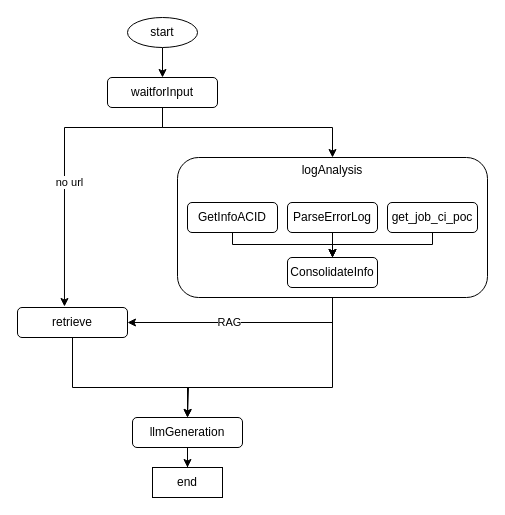
fengchutadie/diagram keeps this draw.io diagram as page "Page-1" (1 of 2) of Untitled Diagram.drawio. Above is the earlier version. Source tidied: cells renumbered, new cells numbered last; positions are measured from the earlier drawing's top-left corner, leaving out a move shared by most shapes. Both pictures are drawn from the tidied source at 100%, with x=0, y=0 at pixel (17, 17).
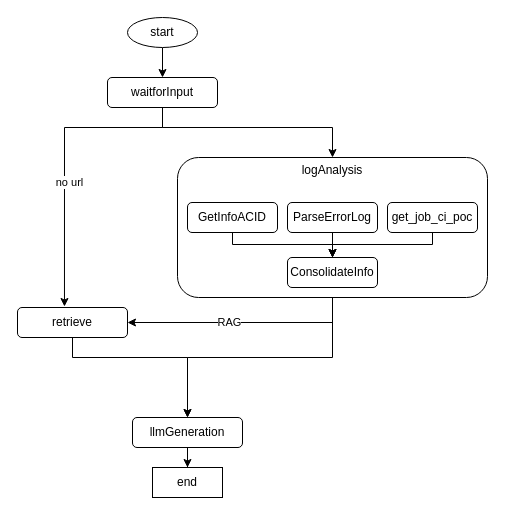
Above is the later version.

The change refers to these unchanged cells:
```xml
<mxCell id="8" value="llmGeneration" style="rounded=1;whiteSpace=wrap;html=1;" parent="1" vertex="1">
  <mxGeometry x="115" y="400" width="110" height="30" as="geometry" />
</mxCell>
<mxCell id="10" value="retrieve" style="rounded=1;whiteSpace=wrap;html=1;" parent="1" vertex="1">
  <mxGeometry y="290" width="110" height="30" as="geometry" />
</mxCell>
<mxCell id="12" value="logAnalysis&lt;div&gt;&lt;br&gt;&lt;/div&gt;&lt;div&gt;&lt;br&gt;&lt;/div&gt;&lt;div&gt;&lt;br&gt;&lt;/div&gt;&lt;div&gt;&lt;br&gt;&lt;/div&gt;&lt;div&gt;&lt;br&gt;&lt;/div&gt;&lt;div&gt;&lt;br&gt;&lt;/div&gt;&lt;div&gt;&lt;br&gt;&lt;/div&gt;&lt;div&gt;&lt;br&gt;&lt;/div&gt;" style="rounded=1;whiteSpace=wrap;html=1;labelPosition=center;verticalLabelPosition=middle;align=center;verticalAlign=middle;" parent="11" vertex="1">
  <mxGeometry width="310" height="140" as="geometry" />
</mxCell>
```

Diff of the diagram source:
```diff
@@
-    <mxCell id="9" style="edgeStyle=orthogonalEdgeStyle;rounded=0;jettySize=auto;html=1;" parent="1" edge="1" source="10">
-      <mxGeometry relative="1" as="geometry">
-        <mxPoint x="170" y="400" as="targetPoint" />
-        <Array as="points">
-          <mxPoint x="55" y="370" />
-          <mxPoint x="171" y="370" />
-        </Array>
-      </mxGeometry>
-    </mxCell>
+    <mxCell id="25" style="edgeStyle=orthogonalEdgeStyle;rounded=0;jettySize=auto;html=1;entryX=0.5;entryY=0;entryDx=0;entryDy=0;" parent="1" edge="1" source="10" target="8">
+      <mxGeometry relative="1" as="geometry">
+        <Array as="points">
+          <mxPoint x="55" y="340" />
+          <mxPoint x="170" y="340" />
+        </Array>
+      </mxGeometry>
+    </mxCell>
@@
-    <mxCell id="22" style="edgeStyle=orthogonalEdgeStyle;rounded=0;jettySize=auto;html=1;entryX=0.5;entryY=0;entryDx=0;entryDy=0;" parent="1" edge="1" source="12" target="8">
-      <mxGeometry relative="1" as="geometry">
-        <Array as="points">
-          <mxPoint x="315" y="370" />
-          <mxPoint x="170" y="370" />
-        </Array>
-      </mxGeometry>
-    </mxCell>
@@
+    <mxCell id="22" style="edgeStyle=orthogonalEdgeStyle;rounded=0;jettySize=auto;html=1;entryX=0.5;entryY=0;entryDx=0;entryDy=0;" parent="1" edge="1" source="12" target="8">
+      <mxGeometry relative="1" as="geometry" />
+    </mxCell>
```
